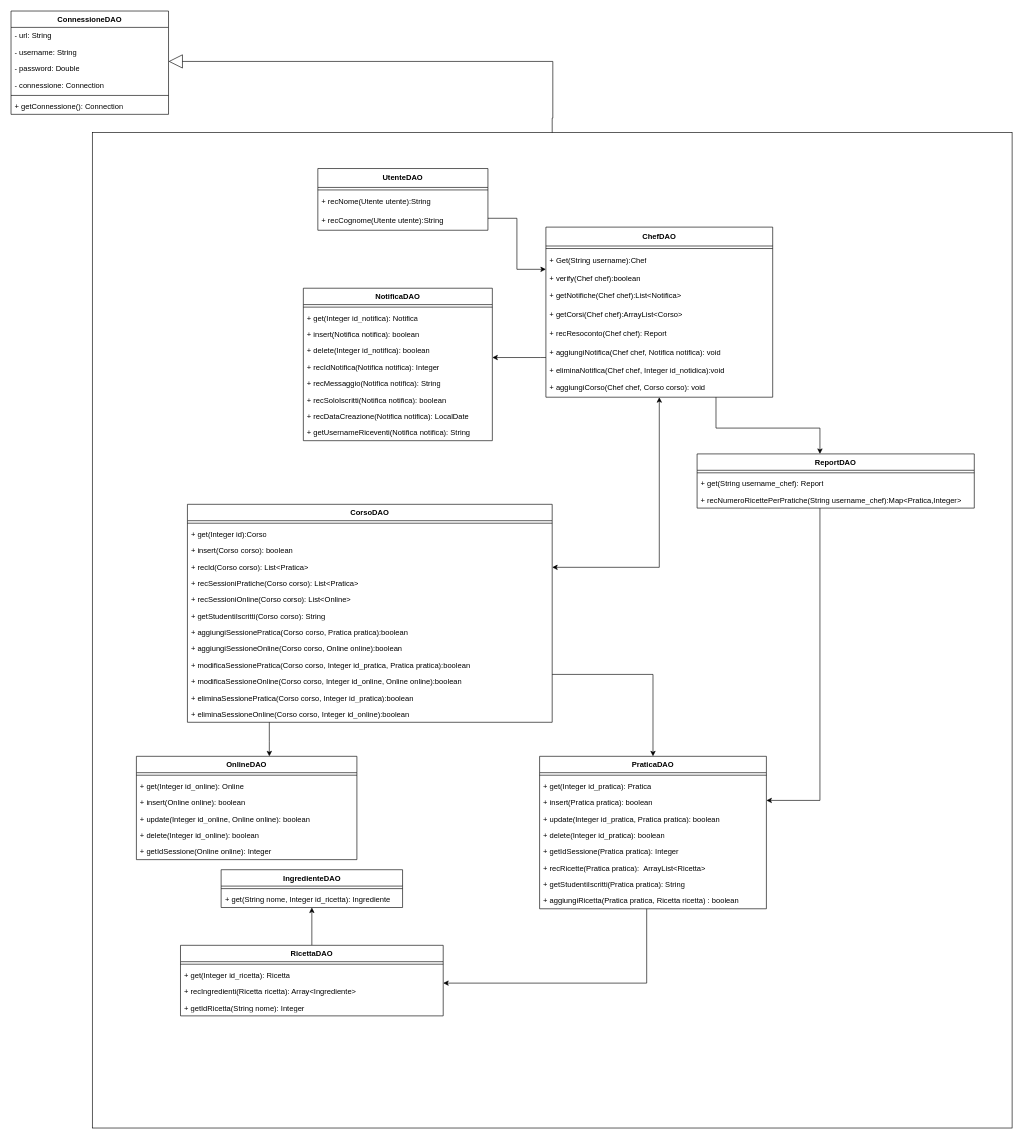
Before: page "dao" (2 of 3) of obj/uml/UML1.drawio in MetisWastaken/UninaFoodLab, a draw.io diagram. Source tidied: cells renumbered, new cells numbered last; positions are measured from the earlier drawing's top-left corner, leaving out a move shared by most shapes. Both pictures are drawn from the tidied source at 63%, with x=0, y=0 at pixel (11, 11).
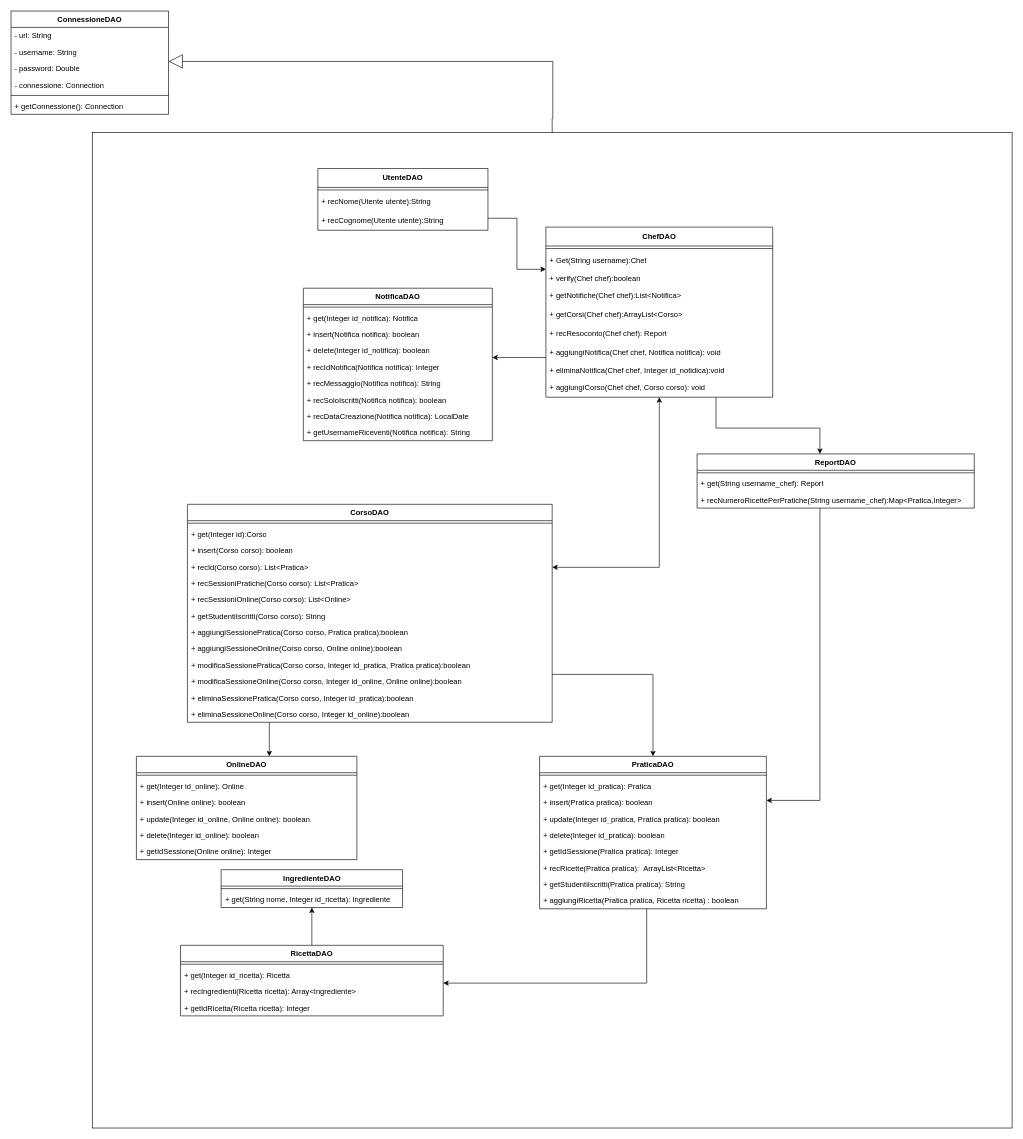
The same page after the edit.

Unchanged cells that the change refers to:
```xml
<mxCell id="12" value="RicettaDAO" style="swimlane;align=center;verticalAlign=top;horizontal=1;startSize=26;whiteSpace=wrap;html=1;" parent="1" vertex="1">
  <mxGeometry x="269" y="1483" width="417" height="112" as="geometry" />
</mxCell>
```

What changed in the source:
```diff
@@
-    <mxCell id="16" value="+ getIdRicetta(String nome): Integer&amp;nbsp;" style="text;strokeColor=none;fillColor=none;align=left;verticalAlign=top;spacingLeft=4;spacingRight=4;overflow=hidden;whiteSpace=wrap;html=1;" parent="12" vertex="1">
+    <mxCell id="16" value="+ getIdRicetta(Ricetta ricetta): Integer&amp;nbsp;" style="text;strokeColor=none;fillColor=none;align=left;verticalAlign=top;spacingLeft=4;spacingRight=4;overflow=hidden;whiteSpace=wrap;html=1;" parent="12" vertex="1">
       <mxGeometry y="86" width="417" height="26" as="geometry" />
     </mxCell>
```
